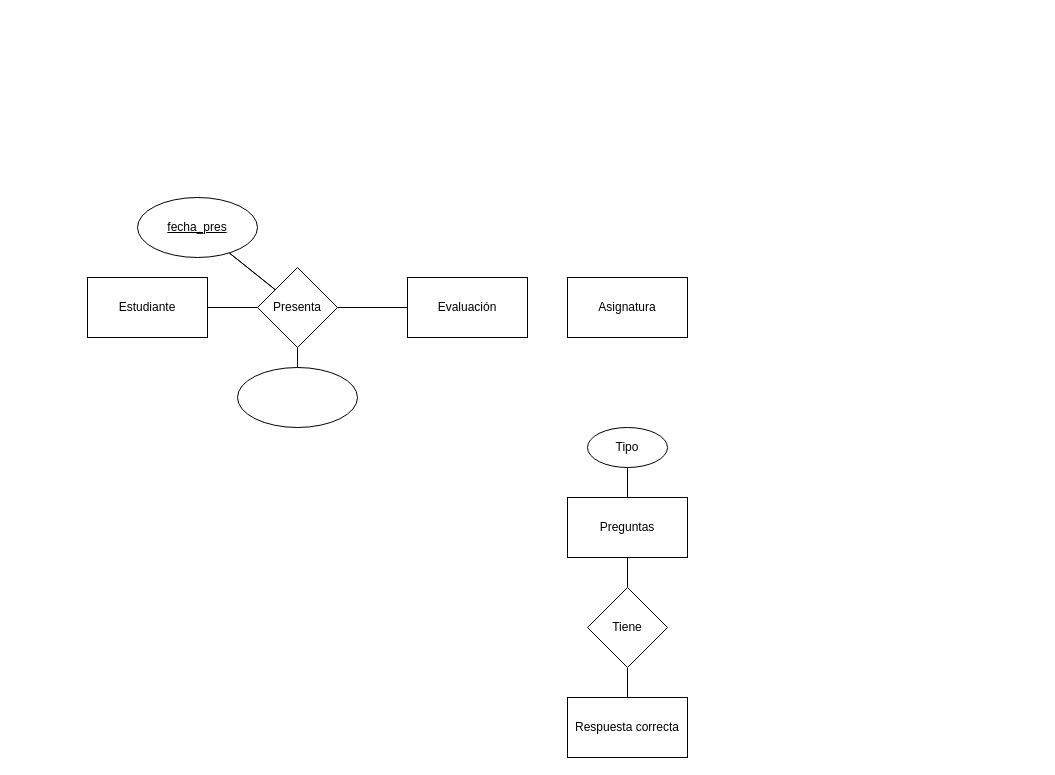
The draw.io diagram Untitled Diagram.drawio in jesalazaro/ER-diagrams, before the edit. Source tidied: cells renumbered, new cells numbered last; positions are measured from the earlier drawing's top-left corner, leaving out a move shared by most shapes. Both pictures are drawn from the tidied source at 100%, with x=0, y=0 at pixel (87, 197).
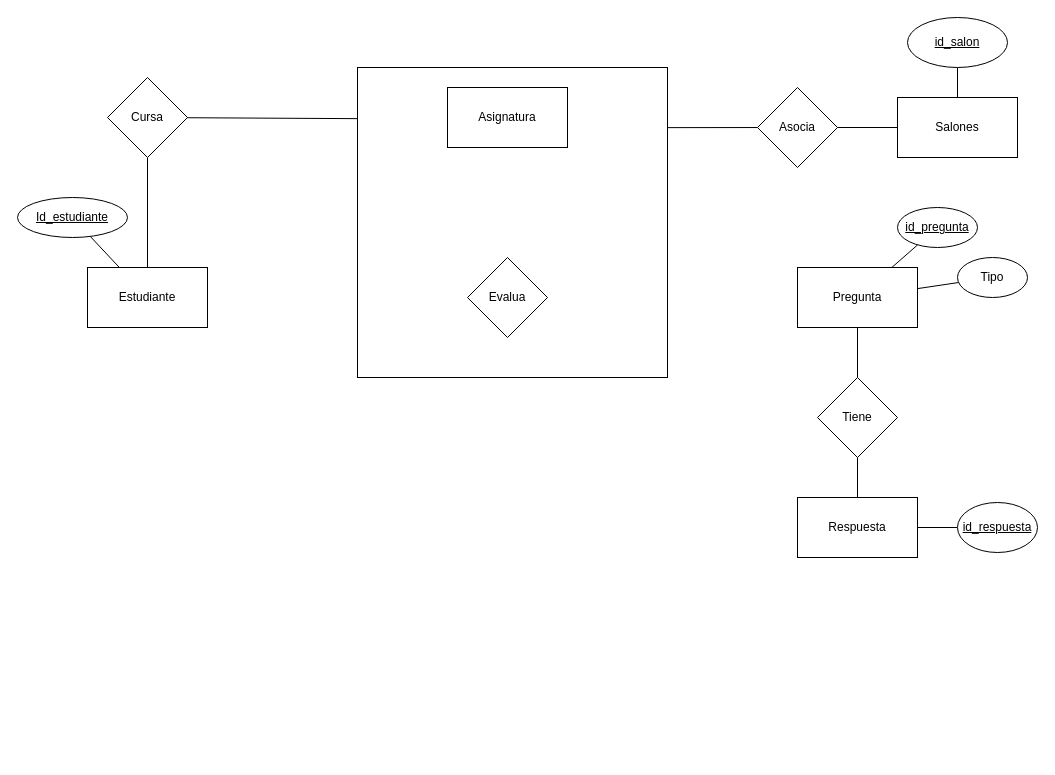
Above is the later version.

Diff of the diagram source:
```diff
@@
+    <mxCell id="20" style="whiteSpace=wrap;html=1;" parent="1" vertex="1">
+      <mxGeometry x="270" y="-130" width="310" height="310" as="geometry" />
+    </mxCell>
     <mxCell id="2" value="Asignatura" style="rounded=0;whiteSpace=wrap;html=1;" parent="1" vertex="1">
-      <mxGeometry x="480" y="80" width="120" height="60" as="geometry" />
+      <mxGeometry x="360" y="-110" width="120" height="60" as="geometry" />
     </mxCell>
-    <mxCell id="3" style="edgeStyle=none;rounded=0;jettySize=auto;html=1;endArrow=none;endFill=0;" parent="1" edge="1" source="4" target="17">
-      <mxGeometry relative="1" as="geometry" />
-    </mxCell>
+    <mxCell id="21" style="edgeStyle=none;rounded=0;jettySize=auto;html=1;endArrow=none;endFill=0;" parent="1" edge="1" source="4" target="26">
+      <mxGeometry relative="1" as="geometry" />
+    </mxCell>
+    <mxCell id="22" style="edgeStyle=none;rounded=0;jettySize=auto;html=1;endArrow=none;endFill=0;" parent="1" edge="1" source="4" target="29">
+      <mxGeometry relative="1" as="geometry" />
+    </mxCell>
     <mxCell id="4" value="Estudiante" style="rounded=0;whiteSpace=wrap;html=1;" parent="1" vertex="1">
-      <mxGeometry y="80" width="120" height="60" as="geometry" />
+      <mxGeometry y="70" width="120" height="60" as="geometry" />
     </mxCell>
-    <mxCell id="5" style="rounded=0;jettySize=auto;html=1;endArrow=none;endFill=0;" parent="1" edge="1" source="7" target="9">
+    <mxCell id="5" style="edgeStyle=none;rounded=0;jettySize=auto;html=1;endArrow=none;endFill=0;" parent="1" edge="1" source="7" target="9">
       <mxGeometry relative="1" as="geometry" />
     </mxCell>
+    <mxCell id="23" style="edgeStyle=none;rounded=0;jettySize=auto;html=1;endArrow=none;endFill=0;" parent="1" edge="1" source="7" target="25">
+      <mxGeometry relative="1" as="geometry" />
+    </mxCell>
@@
-    <mxCell id="7" value="Preguntas" style="rounded=0;whiteSpace=wrap;html=1;" parent="1" vertex="1">
-      <mxGeometry x="480" y="300" width="120" height="60" as="geometry" />
+    <mxCell id="7" value="&lt;div&gt;Pregunta&lt;/div&gt;" style="rounded=0;whiteSpace=wrap;html=1;" parent="1" vertex="1">
+      <mxGeometry x="710" y="70" width="120" height="60" as="geometry" />
     </mxCell>
-    <mxCell id="8" value="Evaluación" style="rounded=0;whiteSpace=wrap;html=1;" parent="1" vertex="1">
-      <mxGeometry x="320" y="80" width="120" height="60" as="geometry" />
-    </mxCell>
-    <mxCell id="9" value="Tipo" style="ellipse;whiteSpace=wrap;html=1;rounded=0;" parent="1" vertex="1">
-      <mxGeometry x="500" y="230" width="80" height="40" as="geometry" />
-    </mxCell>
+    <mxCell id="24" style="edgeStyle=none;rounded=0;jettySize=auto;html=1;endArrow=none;endFill=0;" parent="1" edge="1" source="11" target="27">
+      <mxGeometry relative="1" as="geometry" />
+    </mxCell>
@@
-    <mxCell id="11" value="Respuesta correcta" style="rounded=0;whiteSpace=wrap;html=1;" parent="1" vertex="1">
-      <mxGeometry x="480" y="500" width="120" height="60" as="geometry" />
+    <mxCell id="11" value="Respuesta" style="rounded=0;whiteSpace=wrap;html=1;" parent="1" vertex="1">
+      <mxGeometry x="710" y="300" width="120" height="60" as="geometry" />
     </mxCell>
+    <mxCell id="9" value="Tipo" style="ellipse;whiteSpace=wrap;html=1;rounded=0;" parent="1" vertex="1">
+      <mxGeometry x="870" y="60" width="70" height="40" as="geometry" />
+    </mxCell>
+    <mxCell id="25" value="&lt;u&gt;id_pregunta&lt;/u&gt;" style="ellipse;whiteSpace=wrap;html=1;rounded=0;" parent="1" vertex="1">
+      <mxGeometry x="810" y="10" width="80" height="40" as="geometry" />
+    </mxCell>
+    <mxCell id="26" value="&lt;u&gt;Id_estudiante&lt;/u&gt;" style="ellipse;whiteSpace=wrap;html=1;rounded=0;" parent="1" vertex="1">
+      <mxGeometry x="-70" width="110" height="40" as="geometry" />
+    </mxCell>
+    <mxCell id="27" value="&lt;u&gt;id_respuesta&lt;/u&gt;" style="ellipse;whiteSpace=wrap;html=1;rounded=0;" parent="1" vertex="1">
+      <mxGeometry x="870" y="305" width="80" height="50" as="geometry" />
+    </mxCell>
+    <mxCell id="28" style="edgeStyle=none;rounded=0;jettySize=auto;html=1;entryX=0;entryY=0.165;entryDx=0;entryDy=0;entryPerimeter=0;endArrow=none;endFill=0;" parent="1" edge="1" source="29" target="20">
+      <mxGeometry relative="1" as="geometry" />
+    </mxCell>
+    <mxCell id="29" value="Cursa" style="rhombus;whiteSpace=wrap;html=1;rounded=0;" parent="1" vertex="1">
+      <mxGeometry x="20" y="-120" width="80" height="80" as="geometry" />
+    </mxCell>
+    <mxCell id="30" style="edgeStyle=none;rounded=0;jettySize=auto;html=1;endArrow=none;endFill=0;" parent="1" edge="1" source="32" target="34">
+      <mxGeometry relative="1" as="geometry" />
+    </mxCell>
+    <mxCell id="31" style="edgeStyle=none;rounded=0;jettySize=auto;html=1;endArrow=none;endFill=0;entryX=1;entryY=0.194;entryDx=0;entryDy=0;entryPerimeter=0;" parent="1" edge="1" source="32" target="20">
+      <mxGeometry relative="1" as="geometry" />
+    </mxCell>
+    <mxCell id="32" value="Asocia" style="rhombus;whiteSpace=wrap;html=1;" parent="1" vertex="1">
+      <mxGeometry x="670" y="-110" width="80" height="80" as="geometry" />
+    </mxCell>
+    <mxCell id="33" style="edgeStyle=none;rounded=0;jettySize=auto;html=1;endArrow=none;endFill=0;" parent="1" edge="1" source="34" target="35">
+      <mxGeometry relative="1" as="geometry" />
+    </mxCell>
+    <mxCell id="34" value="Salones" style="whiteSpace=wrap;html=1;" parent="1" vertex="1">
+      <mxGeometry x="810" y="-100" width="120" height="60" as="geometry" />
+    </mxCell>
+    <mxCell id="35" value="&lt;u&gt;id_salon&lt;/u&gt;" style="ellipse;whiteSpace=wrap;html=1;" parent="1" vertex="1">
+      <mxGeometry x="820" y="-180" width="100" height="50" as="geometry" />
+    </mxCell>
+    <mxCell id="36" value="Evalua" style="rhombus;whiteSpace=wrap;html=1;rounded=0;" parent="1" vertex="1">
+      <mxGeometry x="380" y="60" width="80" height="80" as="geometry" />
+    </mxCell>
     <mxCell id="12" value="Tiene" style="rhombus;whiteSpace=wrap;html=1;rounded=0;" parent="1" vertex="1">
-      <mxGeometry x="500" y="390" width="80" height="80" as="geometry" />
+      <mxGeometry x="730" y="180" width="80" height="80" as="geometry" />
     </mxCell>
-    <mxCell id="13" style="edgeStyle=none;rounded=0;jettySize=auto;html=1;endArrow=none;endFill=0;" parent="1" edge="1" source="17" target="8">
-      <mxGeometry relative="1" as="geometry" />
-    </mxCell>
-    <mxCell id="14" style="edgeStyle=none;rounded=0;jettySize=auto;html=1;endArrow=none;endFill=0;" parent="1" edge="1" source="17" target="18">
-      <mxGeometry relative="1" as="geometry" />
-    </mxCell>
-    <mxCell id="15" style="edgeStyle=none;rounded=0;jettySize=auto;html=1;endArrow=none;endFill=0;" parent="1" edge="1" source="17" target="18">
-      <mxGeometry relative="1" as="geometry" />
-    </mxCell>
-    <mxCell id="16" style="edgeStyle=none;rounded=0;jettySize=auto;html=1;endArrow=none;endFill=0;" parent="1" edge="1" source="17" target="19">
-      <mxGeometry relative="1" as="geometry" />
-    </mxCell>
-    <mxCell id="17" value="Presenta" style="rhombus;whiteSpace=wrap;html=1;rounded=0;" parent="1" vertex="1">
-      <mxGeometry x="170" y="70" width="80" height="80" as="geometry" />
-    </mxCell>
-    <mxCell id="18" value="&lt;u&gt;fecha_pres&lt;/u&gt;" style="ellipse;whiteSpace=wrap;html=1;rounded=0;" parent="1" vertex="1">
-      <mxGeometry x="50" width="120" height="60" as="geometry" />
-    </mxCell>
-    <mxCell id="19" style="ellipse;whiteSpace=wrap;html=1;rounded=0;" parent="1" vertex="1">
-      <mxGeometry x="150" y="170" width="120" height="60" as="geometry" />
-    </mxCell>
```
